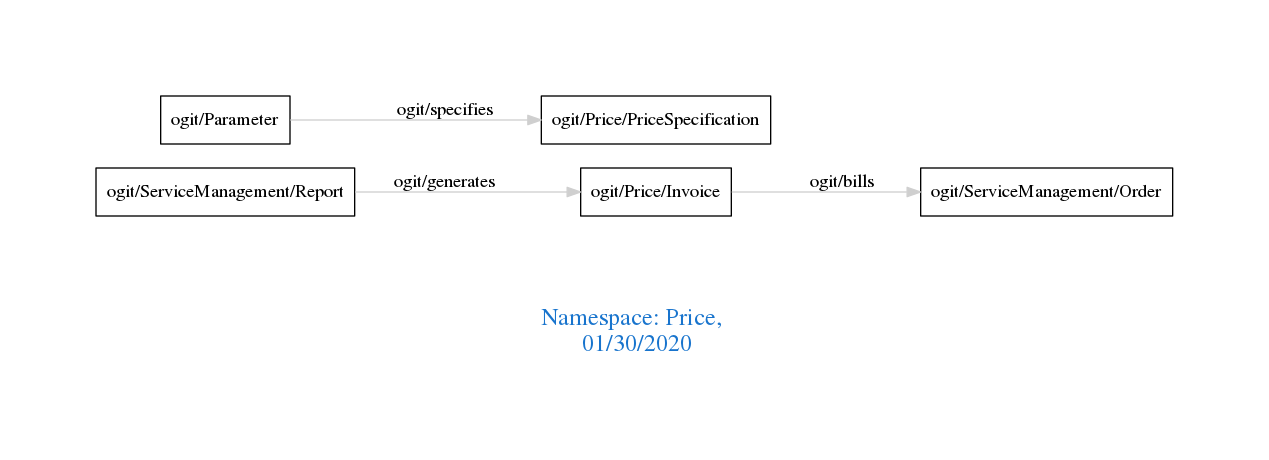
arago/OGIT keeps this Graphviz diagram as downloads/Price.png. Above is the earlier version. Its source is kept beside it as downloads/Price.dot.
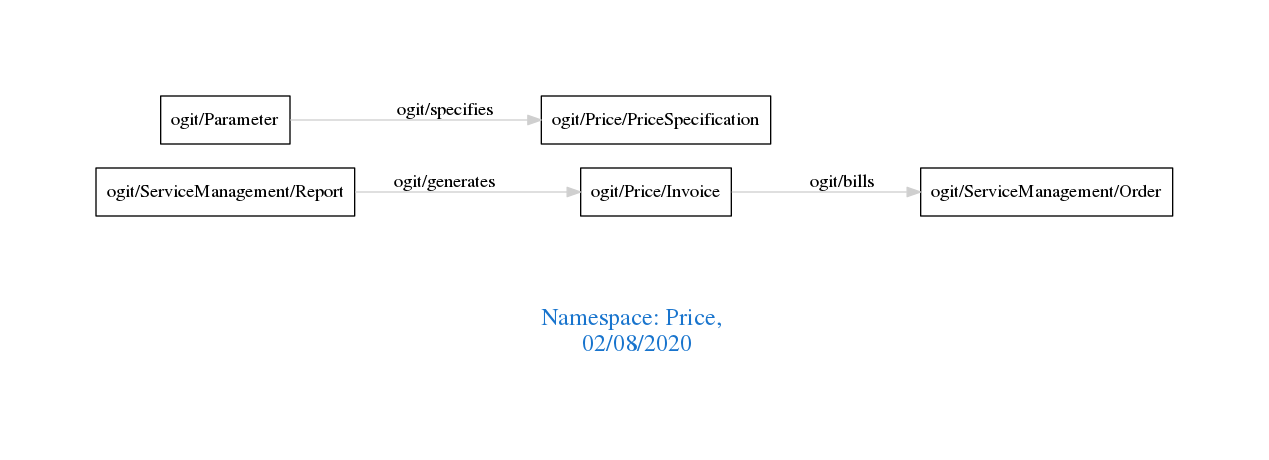
Later version of the same file.

The edit, as a diff of the source:
```diff
@@ -1,7 +1,7 @@
 digraph OGIT_ontology {
  graph [ rankdir= LR,pad=1
 fontsize = 18,
-fontcolor= dodgerblue3,label = "\n\n\nNamespace: Price, \n 01/30/2020"];
+fontcolor= dodgerblue3,label = "\n\n\nNamespace: Price, \n 02/08/2020"];
 node[shape=polygon];
 edge [  color="gray81"];
 
```
